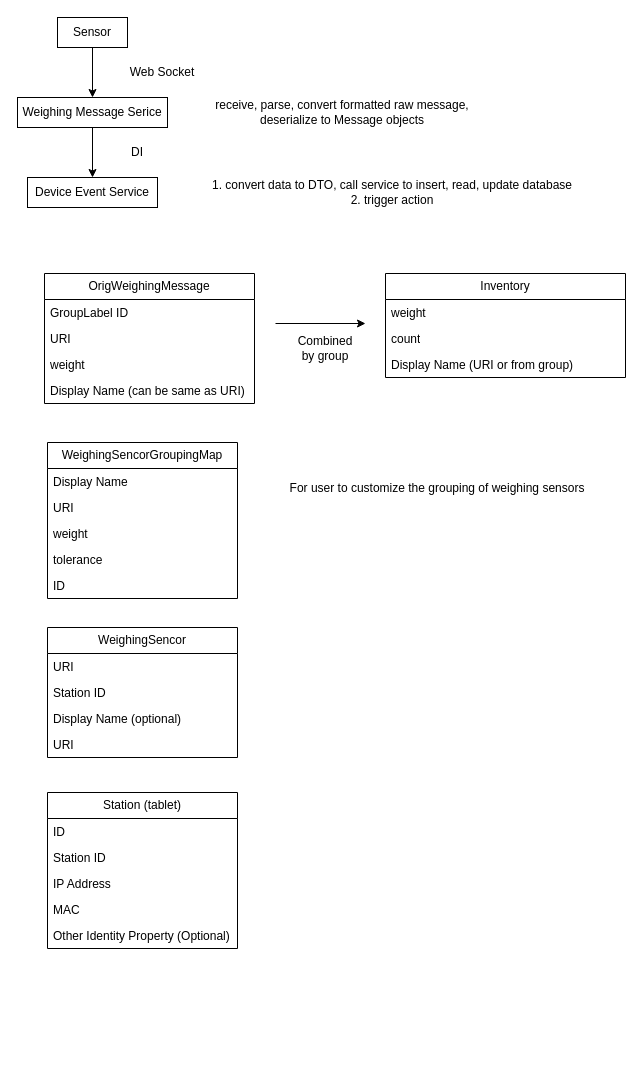
This is gravis/Untitled Diagram.drawio from MQzhiyong/draw_io, a draw.io file, before an edit. Source tidied: cells renumbered, new cells numbered last; positions are measured from the earlier drawing's top-left corner, leaving out a move shared by most shapes. Both pictures are drawn from the tidied source at 100%, with x=0, y=0 at pixel (17, 17).
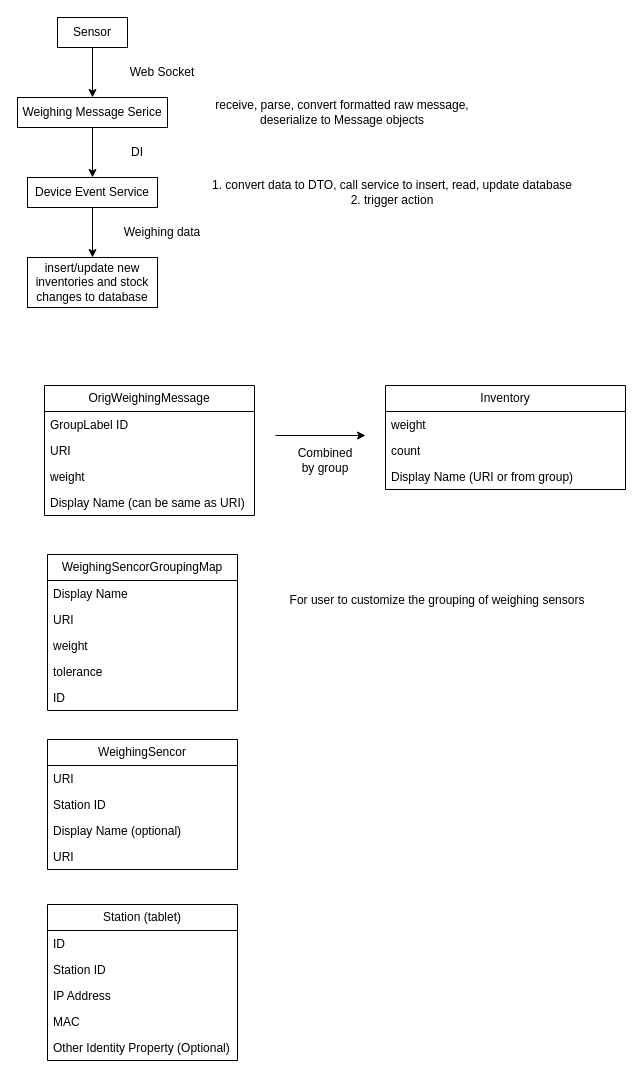
After the change.

Unchanged cells that the change refers to:
```xml
<mxCell id="8" value="Device Event Service" style="rounded=0;whiteSpace=wrap;html=1;" parent="1" vertex="1">
  <mxGeometry x="10" y="160" width="130" height="30" as="geometry" />
</mxCell>
```

The edit, as a diff of the source:
```diff
@@
+    <mxCell id="40" style="edgeStyle=orthogonalEdgeStyle;rounded=0;jettySize=auto;html=1;entryX=0.5;entryY=0;entryDx=0;entryDy=0;" parent="1" edge="1" source="8" target="41">
+      <mxGeometry relative="1" as="geometry" />
+    </mxCell>
@@
     <mxCell id="11" value="OrigWeighingMessage" style="swimlane;fontStyle=0;horizontal=1;startSize=26;fillColor=none;whiteSpace=wrap;html=1;" parent="1" vertex="1">
-      <mxGeometry x="27" y="256" width="210" height="130" as="geometry" />
+      <mxGeometry x="27" y="368" width="210" height="130" as="geometry" />
     </mxCell>
@@
     <mxCell id="16" value="Inventory" style="swimlane;fontStyle=0;horizontal=1;startSize=26;fillColor=none;whiteSpace=wrap;html=1;" parent="1" vertex="1">
-      <mxGeometry x="368" y="256" width="240" height="104" as="geometry" />
+      <mxGeometry x="368" y="368" width="240" height="104" as="geometry" />
     </mxCell>
@@
     <mxCell id="20" style="endArrow=classic;html=1;rounded=0;" parent="1" edge="1">
       <mxGeometry relative="1" as="geometry">
-        <mxPoint x="258" y="306" as="sourcePoint" />
-        <mxPoint x="348" y="306" as="targetPoint" />
+        <mxPoint x="258" y="418" as="sourcePoint" />
+        <mxPoint x="348" y="418" as="targetPoint" />
       </mxGeometry>
     </mxCell>
     <mxCell id="21" value="Combined by group" style="text;html=1;strokeColor=none;fillColor=none;align=center;verticalAlign=middle;whiteSpace=wrap;rounded=0;" parent="1" vertex="1">
-      <mxGeometry x="278" y="316" width="60" height="30" as="geometry" />
+      <mxGeometry x="278" y="428" width="60" height="30" as="geometry" />
     </mxCell>
     <mxCell id="22" value="WeighingSencorGroupingMap" style="swimlane;fontStyle=0;horizontal=1;startSize=26;fillColor=none;whiteSpace=wrap;html=1;" parent="1" vertex="1">
-      <mxGeometry x="30" y="425" width="190" height="156" as="geometry" />
+      <mxGeometry x="30" y="537" width="190" height="156" as="geometry" />
     </mxCell>
@@
     <mxCell id="28" value="WeighingSencor" style="swimlane;fontStyle=0;horizontal=1;startSize=26;fillColor=none;whiteSpace=wrap;html=1;" parent="1" vertex="1">
-      <mxGeometry x="30" y="610" width="190" height="130" as="geometry" />
+      <mxGeometry x="30" y="722" width="190" height="130" as="geometry" />
     </mxCell>
@@
     <mxCell id="33" value="Station (tablet)" style="swimlane;fontStyle=0;horizontal=1;startSize=26;fillColor=none;whiteSpace=wrap;html=1;" parent="1" vertex="1">
-      <mxGeometry x="30" y="775" width="190" height="156" as="geometry" />
+      <mxGeometry x="30" y="887" width="190" height="156" as="geometry" />
     </mxCell>
@@
     <mxCell id="39" value="For user to customize the grouping of weighing sensors" style="text;html=1;strokeColor=none;fillColor=none;align=center;verticalAlign=middle;whiteSpace=wrap;rounded=0;" parent="1" vertex="1">
-      <mxGeometry x="260" y="456" width="320" height="30" as="geometry" />
+      <mxGeometry x="260" y="568" width="320" height="30" as="geometry" />
     </mxCell>
+    <mxCell id="41" value="insert/update new inventories and stock changes to database" style="rounded=0;whiteSpace=wrap;html=1;" parent="1" vertex="1">
+      <mxGeometry x="10" y="240" width="130" height="50" as="geometry" />
+    </mxCell>
+    <mxCell id="42" value="Weighing data" style="text;html=1;strokeColor=none;fillColor=none;align=center;verticalAlign=middle;whiteSpace=wrap;rounded=0;" parent="1" vertex="1">
+      <mxGeometry x="90" y="200" width="110" height="30" as="geometry" />
+    </mxCell>
```
